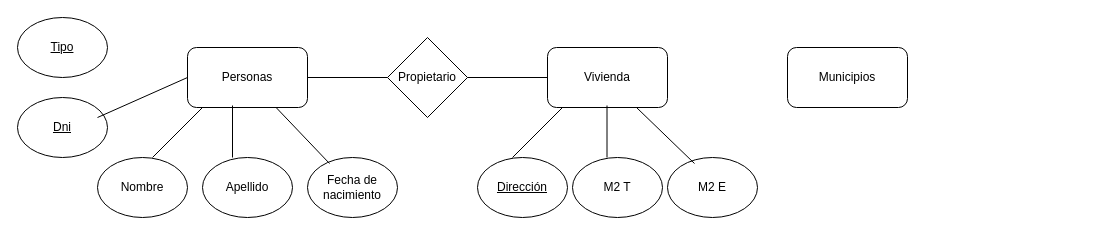
Before: Ej3.drawio in kevinld93/Diagramas, a draw.io diagram. Source tidied: cells renumbered, new cells numbered last; positions are measured from the earlier drawing's top-left corner, leaving out a move shared by most shapes. Both pictures are drawn from the tidied source at 100%, with x=0, y=0 at pixel (17, 17).
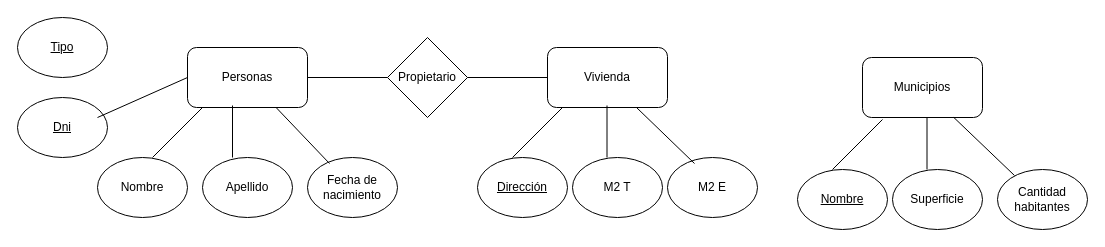
The same diagram, later.

What changed in the source:
```diff
@@
     <mxCell id="6" value="Municipios" style="rounded=1;whiteSpace=wrap;html=1;" parent="1" vertex="1">
-      <mxGeometry x="770" y="30" width="120" height="60" as="geometry" />
+      <mxGeometry x="845" y="40" width="120" height="60" as="geometry" />
     </mxCell>
@@
+    <mxCell id="23" value="&lt;u&gt;Nombre&lt;/u&gt;" style="ellipse;whiteSpace=wrap;html=1;" parent="1" vertex="1">
+      <mxGeometry x="780" y="152" width="90" height="60" as="geometry" />
+    </mxCell>
+    <mxCell id="24" value="Superficie" style="ellipse;whiteSpace=wrap;html=1;" parent="1" vertex="1">
+      <mxGeometry x="875" y="152" width="90" height="60" as="geometry" />
+    </mxCell>
+    <mxCell id="25" style="endArrow=none;html=1;rounded=0;exitX=0.3;exitY=0.1;exitDx=0;exitDy=0;exitPerimeter=0;" parent="1" edge="1" target="6">
+      <mxGeometry relative="1" as="geometry">
+        <mxPoint x="997" y="158" as="sourcePoint" />
+      </mxGeometry>
+    </mxCell>
+    <mxCell id="26" style="endArrow=none;html=1;rounded=0;entryX=0.375;entryY=0.967;entryDx=0;entryDy=0;entryPerimeter=0;" parent="1" edge="1">
+      <mxGeometry relative="1" as="geometry">
+        <mxPoint x="909.5" y="152" as="sourcePoint" />
+        <mxPoint x="909.5" y="100" as="targetPoint" />
+      </mxGeometry>
+    </mxCell>
+    <mxCell id="27" style="endArrow=none;html=1;rounded=0;" parent="1" edge="1">
+      <mxGeometry relative="1" as="geometry">
+        <mxPoint x="815" y="152" as="sourcePoint" />
+        <mxPoint x="865" y="102" as="targetPoint" />
+      </mxGeometry>
+    </mxCell>
+    <mxCell id="28" value="Cantidad habitantes" style="ellipse;whiteSpace=wrap;html=1;" parent="1" vertex="1">
+      <mxGeometry x="980" y="152" width="90" height="60" as="geometry" />
+    </mxCell>
```
